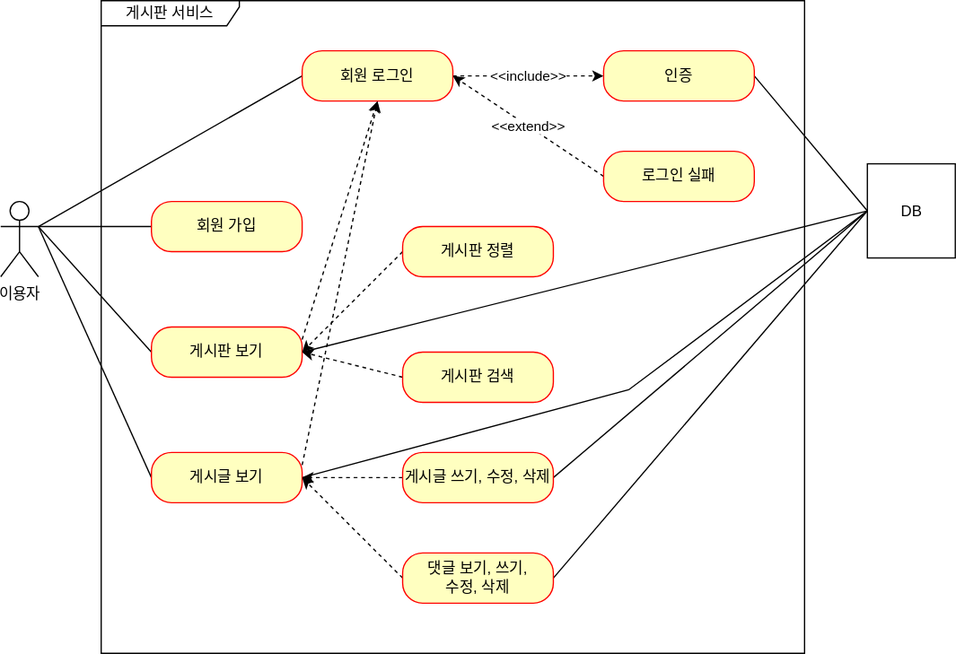
Above: document/use-case.svg in fxzz/project-board (draw.io), before the change. Source tidied: cells renumbered, new cells last; positions are measured from the earlier drawing's top-left corner, leaving out a move shared by most shapes.
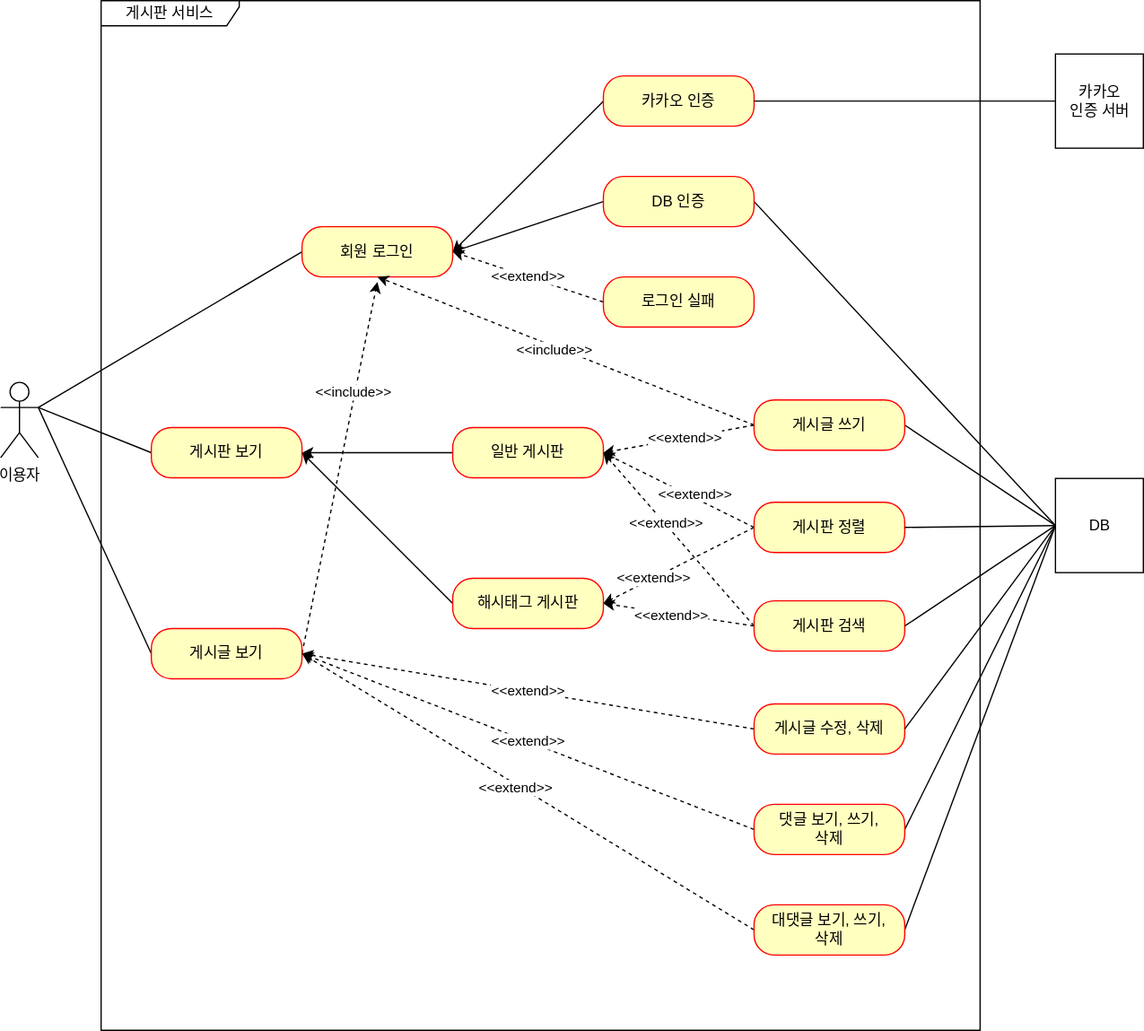
Above is the later version.

Commit message:
#37 - erd, use-case 업데이트 : 대댓글, 해시태그

The edit, as a diff of the source:
```diff
@@ -3,108 +3,176 @@
     <mxCell id="0" />
     <mxCell id="1" parent="0" />
     <mxCell id="2" value="이용자" style="shape=umlActor;verticalLabelPosition=bottom;verticalAlign=top;html=1;" parent="1" vertex="1">
-      <mxGeometry y="160" width="30" height="60" as="geometry" />
+      <mxGeometry y="284" width="30" height="60" as="geometry" />
     </mxCell>
     <mxCell id="3" value="게시판 서비스" style="shape=umlFrame;whiteSpace=wrap;html=1;width=110;height=20;" parent="1" vertex="1">
-      <mxGeometry x="80" width="560" height="520" as="geometry" />
+      <mxGeometry x="80" y="-20" width="700" height="820" as="geometry" />
     </mxCell>
-    <mxCell id="4" style="rounded=0;jettySize=auto;html=1;exitX=0;exitY=0.5;exitDx=0;exitDy=0;entryX=1;entryY=0.3333333333333333;entryDx=0;entryDy=0;entryPerimeter=0;endArrow=none;endFill=0;" parent="1" edge="1" source="5" target="2">
-      <mxGeometry relative="1" as="geometry" />
-    </mxCell>
-    <mxCell id="5" value="회원 가입" style="rounded=1;whiteSpace=wrap;html=1;arcSize=40;fontColor=#000000;fillColor=#ffffc0;strokeColor=#ff0000;" parent="1" vertex="1">
-      <mxGeometry x="120" y="160" width="120" height="40" as="geometry" />
-    </mxCell>
+    <mxCell id="32" style="rounded=0;jettySize=auto;html=1;exitX=0;exitY=0.5;exitDx=0;exitDy=0;entryX=1;entryY=0.5;entryDx=0;entryDy=0;" parent="1" edge="1" source="33" target="9">
+      <mxGeometry relative="1" as="geometry" />
+    </mxCell>
+    <mxCell id="33" value="일반 게시판" style="rounded=1;whiteSpace=wrap;html=1;arcSize=40;fontColor=#000000;fillColor=#ffffc0;strokeColor=#ff0000;" parent="1" vertex="1">
+      <mxGeometry x="360" y="320" width="120" height="40" as="geometry" />
+    </mxCell>
     <mxCell id="6" style="edgeStyle=none;rounded=0;jettySize=auto;html=1;exitX=0;exitY=0.5;exitDx=0;exitDy=0;entryX=1;entryY=0.3333333333333333;entryDx=0;entryDy=0;entryPerimeter=0;endArrow=none;endFill=0;" parent="1" edge="1" source="9" target="2">
       <mxGeometry relative="1" as="geometry" />
     </mxCell>
-    <mxCell id="7" style="edgeStyle=none;rounded=0;jettySize=auto;html=1;exitX=1;exitY=0.25;exitDx=0;exitDy=0;entryX=0.5;entryY=1;entryDx=0;entryDy=0;dashed=1;endArrow=classic;endFill=1;" parent="1" edge="1" source="9" target="16">
-      <mxGeometry relative="1" as="geometry" />
-    </mxCell>
-    <mxCell id="8" style="edgeStyle=none;rounded=0;jettySize=auto;html=1;exitX=1;exitY=0.5;exitDx=0;exitDy=0;entryX=0;entryY=0.5;entryDx=0;entryDy=0;endArrow=none;endFill=0;" parent="1" edge="1" source="9" target="31">
-      <mxGeometry relative="1" as="geometry" />
-    </mxCell>
     <mxCell id="9" value="게시판 보기" style="rounded=1;whiteSpace=wrap;html=1;arcSize=40;fontColor=#000000;fillColor=#ffffc0;strokeColor=#ff0000;" parent="1" vertex="1">
-      <mxGeometry x="120" y="260" width="120" height="40" as="geometry" />
+      <mxGeometry x="120" y="320" width="120" height="40" as="geometry" />
     </mxCell>
-    <mxCell id="10" style="edgeStyle=none;rounded=0;jettySize=auto;html=1;exitX=0;exitY=0.5;exitDx=0;exitDy=0;endArrow=none;endFill=0;" parent="1" edge="1" source="13">
-      <mxGeometry relative="1" as="geometry">
-        <mxPoint x="30" y="180" as="targetPoint" />
-      </mxGeometry>
-    </mxCell>
-    <mxCell id="11" style="edgeStyle=none;rounded=0;jettySize=auto;html=1;exitX=1;exitY=0.25;exitDx=0;exitDy=0;dashed=1;endArrow=classic;endFill=1;" parent="1" edge="1" source="13">
-      <mxGeometry relative="1" as="geometry">
-        <mxPoint x="300" y="80" as="targetPoint" />
-      </mxGeometry>
-    </mxCell>
-    <mxCell id="12" style="edgeStyle=none;rounded=0;jettySize=auto;html=1;exitX=1;exitY=0.5;exitDx=0;exitDy=0;entryX=0;entryY=0.5;entryDx=0;entryDy=0;endArrow=none;endFill=0;" parent="1" edge="1" source="13" target="31">
-      <mxGeometry relative="1" as="geometry">
-        <Array as="points">
-          <mxPoint x="500" y="310" />
-        </Array>
-      </mxGeometry>
-    </mxCell>
+    <mxCell id="34" style="edgeStyle=none;rounded=0;jettySize=auto;html=1;exitX=0;exitY=0.5;exitDx=0;exitDy=0;endArrow=none;endFill=0;" parent="1" edge="1" source="13">
+      <mxGeometry relative="1" as="geometry">
+        <mxPoint x="30" y="304" as="targetPoint" />
+      </mxGeometry>
+    </mxCell>
+    <mxCell id="35" style="edgeStyle=none;rounded=0;jettySize=auto;html=1;exitX=1;exitY=0.5;exitDx=0;exitDy=0;dashed=1;endArrow=classic;endFill=1;" parent="1" edge="1" source="13">
+      <mxGeometry relative="1" as="geometry">
+        <mxPoint x="300" y="204" as="targetPoint" />
+      </mxGeometry>
+    </mxCell>
+    <mxCell id="36" value="&amp;lt;&amp;lt;include&amp;gt;&amp;gt;" style="edgeLabel;html=1;align=center;verticalAlign=middle;" parent="35" vertex="1">
+      <mxGeometry x="0.41" y="2" relative="1" as="geometry" />
+    </mxCell>
     <mxCell id="13" value="게시글 보기" style="rounded=1;whiteSpace=wrap;html=1;arcSize=40;fontColor=#000000;fillColor=#ffffc0;strokeColor=#ff0000;" parent="1" vertex="1">
-      <mxGeometry x="120" y="360" width="120" height="40" as="geometry" />
+      <mxGeometry x="120" y="480" width="120" height="40" as="geometry" />
     </mxCell>
-    <mxCell id="14" style="edgeStyle=none;rounded=0;jettySize=auto;html=1;exitX=0;exitY=0.5;exitDx=0;exitDy=0;endArrow=none;endFill=0;" parent="1" edge="1" source="16">
-      <mxGeometry relative="1" as="geometry">
-        <mxPoint x="30" y="180" as="targetPoint" />
-      </mxGeometry>
-    </mxCell>
-    <mxCell id="15" value="&amp;lt;&amp;lt;include&amp;gt;&amp;gt;" style="edgeStyle=none;rounded=0;jettySize=auto;html=1;exitX=1;exitY=0.5;exitDx=0;exitDy=0;entryX=0;entryY=0.5;entryDx=0;entryDy=0;endArrow=classic;endFill=1;dashed=1;" parent="1" edge="1" source="16" target="18">
-      <mxGeometry relative="1" as="geometry" />
-    </mxCell>
+    <mxCell id="37" style="edgeStyle=none;rounded=0;jettySize=auto;html=1;exitX=0;exitY=0.5;exitDx=0;exitDy=0;endArrow=none;endFill=0;" parent="1" edge="1" source="16">
+      <mxGeometry relative="1" as="geometry">
+        <mxPoint x="30" y="304" as="targetPoint" />
+      </mxGeometry>
+    </mxCell>
     <mxCell id="16" value="회원 로그인" style="rounded=1;whiteSpace=wrap;html=1;arcSize=40;fontColor=#000000;fillColor=#ffffc0;strokeColor=#ff0000;" parent="1" vertex="1">
-      <mxGeometry x="240" y="40" width="120" height="40" as="geometry" />
+      <mxGeometry x="240" y="160" width="120" height="40" as="geometry" />
     </mxCell>
-    <mxCell id="17" style="edgeStyle=none;rounded=0;jettySize=auto;html=1;exitX=1;exitY=0.5;exitDx=0;exitDy=0;entryX=0;entryY=0.5;entryDx=0;entryDy=0;endArrow=none;endFill=0;" parent="1" edge="1" source="18" target="31">
-      <mxGeometry relative="1" as="geometry" />
-    </mxCell>
-    <mxCell id="18" value="인증" style="rounded=1;whiteSpace=wrap;html=1;arcSize=40;fontColor=#000000;fillColor=#ffffc0;strokeColor=#ff0000;" parent="1" vertex="1">
-      <mxGeometry x="480" y="40" width="120" height="40" as="geometry" />
-    </mxCell>
+    <mxCell id="38" style="edgeStyle=none;rounded=0;jettySize=auto;html=1;exitX=1;exitY=0.5;exitDx=0;exitDy=0;entryX=0;entryY=0.5;entryDx=0;entryDy=0;endArrow=none;endFill=0;" parent="1" edge="1" source="40" target="31">
+      <mxGeometry relative="1" as="geometry" />
+    </mxCell>
+    <mxCell id="39" style="edgeStyle=none;rounded=0;jettySize=auto;html=1;exitX=0;exitY=0.5;exitDx=0;exitDy=0;entryX=1;entryY=0.5;entryDx=0;entryDy=0;endArrow=classic;endFill=1;" parent="1" edge="1" source="40" target="16">
+      <mxGeometry relative="1" as="geometry" />
+    </mxCell>
+    <mxCell id="40" value="DB 인증" style="rounded=1;whiteSpace=wrap;html=1;arcSize=40;fontColor=#000000;fillColor=#ffffc0;strokeColor=#ff0000;" parent="1" vertex="1">
+      <mxGeometry x="480" y="120" width="120" height="40" as="geometry" />
+    </mxCell>
     <mxCell id="19" value="&amp;lt;&amp;lt;extend&amp;gt;&amp;gt;" style="edgeStyle=none;rounded=0;jettySize=auto;html=1;exitX=0;exitY=0.5;exitDx=0;exitDy=0;entryX=1;entryY=0.5;entryDx=0;entryDy=0;endArrow=classic;endFill=1;dashed=1;" parent="1" edge="1" source="20" target="16">
       <mxGeometry relative="1" as="geometry" />
     </mxCell>
     <mxCell id="20" value="로그인 실패" style="rounded=1;whiteSpace=wrap;html=1;arcSize=40;fontColor=#000000;fillColor=#ffffc0;strokeColor=#ff0000;" parent="1" vertex="1">
-      <mxGeometry x="480" y="120" width="120" height="40" as="geometry" />
+      <mxGeometry x="480" y="200" width="120" height="40" as="geometry" />
     </mxCell>
-    <mxCell id="21" style="edgeStyle=none;rounded=0;jettySize=auto;html=1;exitX=0;exitY=0.5;exitDx=0;exitDy=0;entryX=1;entryY=0.5;entryDx=0;entryDy=0;dashed=1;endArrow=classic;endFill=1;" parent="1" edge="1" source="22" target="9">
-      <mxGeometry relative="1" as="geometry" />
-    </mxCell>
+    <mxCell id="41" style="edgeStyle=none;rounded=0;jettySize=auto;html=1;exitX=0;exitY=0.5;exitDx=0;exitDy=0;entryX=1;entryY=0.5;entryDx=0;entryDy=0;dashed=1;endArrow=classic;endFill=1;" parent="1" edge="1" source="22" target="33">
+      <mxGeometry relative="1" as="geometry" />
+    </mxCell>
+    <mxCell id="42" value="&amp;lt;&amp;lt;extend&amp;gt;&amp;gt;" style="edgeLabel;html=1;align=center;verticalAlign=middle;" parent="41" vertex="1">
+      <mxGeometry x="-0.18" y="-3" relative="1" as="geometry" />
+    </mxCell>
+    <mxCell id="43" style="edgeStyle=none;rounded=0;jettySize=auto;html=1;exitX=0;exitY=0.5;exitDx=0;exitDy=0;entryX=1;entryY=0.5;entryDx=0;entryDy=0;dashed=1;" parent="1" edge="1" source="22" target="60">
+      <mxGeometry relative="1" as="geometry" />
+    </mxCell>
+    <mxCell id="44" value="&amp;lt;&amp;lt;extend&amp;gt;&amp;gt;" style="edgeLabel;html=1;align=center;verticalAlign=middle;" parent="43" vertex="1">
+      <mxGeometry x="0.33" relative="1" as="geometry">
+        <mxPoint x="-1" as="offset" />
+      </mxGeometry>
+    </mxCell>
     <mxCell id="22" value="게시판 정렬" style="rounded=1;whiteSpace=wrap;html=1;arcSize=40;fontColor=#000000;fillColor=#ffffc0;strokeColor=#ff0000;" parent="1" vertex="1">
-      <mxGeometry x="320" y="180" width="120" height="40" as="geometry" />
+      <mxGeometry x="600" y="379.5" width="120" height="40" as="geometry" />
     </mxCell>
-    <mxCell id="23" style="edgeStyle=none;rounded=0;jettySize=auto;html=1;exitX=0;exitY=0.5;exitDx=0;exitDy=0;dashed=1;endArrow=classic;endFill=1;" parent="1" edge="1" source="24">
-      <mxGeometry relative="1" as="geometry">
-        <mxPoint x="240" y="280" as="targetPoint" />
-      </mxGeometry>
-    </mxCell>
+    <mxCell id="45" style="edgeStyle=none;rounded=0;jettySize=auto;html=1;exitX=0;exitY=0.5;exitDx=0;exitDy=0;dashed=1;endArrow=classic;endFill=1;entryX=1;entryY=0.5;entryDx=0;entryDy=0;" parent="1" edge="1" source="24" target="33">
+      <mxGeometry relative="1" as="geometry" />
+    </mxCell>
+    <mxCell id="46" value="&amp;lt;&amp;lt;extend&amp;gt;&amp;gt;" style="edgeLabel;html=1;align=center;verticalAlign=middle;" parent="45" vertex="1">
+      <mxGeometry x="0.18" y="-1" relative="1" as="geometry" />
+    </mxCell>
+    <mxCell id="47" style="edgeStyle=none;rounded=0;jettySize=auto;html=1;exitX=0;exitY=0.5;exitDx=0;exitDy=0;entryX=1;entryY=0.5;entryDx=0;entryDy=0;dashed=1;" parent="1" edge="1" source="24" target="60">
+      <mxGeometry relative="1" as="geometry" />
+    </mxCell>
+    <mxCell id="48" value="&amp;lt;&amp;lt;extend&amp;gt;&amp;gt;" style="edgeLabel;html=1;align=center;verticalAlign=middle;" parent="47" vertex="1">
+      <mxGeometry x="0.11" y="2" relative="1" as="geometry">
+        <mxPoint x="1" as="offset" />
+      </mxGeometry>
+    </mxCell>
     <mxCell id="24" value="게시판 검색" style="rounded=1;whiteSpace=wrap;html=1;arcSize=40;fontColor=#000000;fillColor=#ffffc0;strokeColor=#ff0000;" parent="1" vertex="1">
-      <mxGeometry x="320" y="280" width="120" height="40" as="geometry" />
+      <mxGeometry x="600" y="458" width="120" height="40" as="geometry" />
     </mxCell>
-    <mxCell id="25" style="edgeStyle=none;rounded=0;jettySize=auto;html=1;exitX=0;exitY=0.5;exitDx=0;exitDy=0;entryX=1;entryY=0.5;entryDx=0;entryDy=0;dashed=1;endArrow=classic;endFill=1;" parent="1" edge="1" source="27" target="13">
-      <mxGeometry relative="1" as="geometry" />
-    </mxCell>
-    <mxCell id="26" style="edgeStyle=none;rounded=0;jettySize=auto;html=1;exitX=1;exitY=0.5;exitDx=0;exitDy=0;entryX=0;entryY=0.5;entryDx=0;entryDy=0;endArrow=none;endFill=0;" parent="1" edge="1" source="27" target="31">
-      <mxGeometry relative="1" as="geometry" />
-    </mxCell>
-    <mxCell id="27" value="게시글 쓰기, 수정, 삭제" style="rounded=1;whiteSpace=wrap;html=1;arcSize=40;fontColor=#000000;fillColor=#ffffc0;strokeColor=#ff0000;" parent="1" vertex="1">
-      <mxGeometry x="320" y="360" width="120" height="40" as="geometry" />
-    </mxCell>
-    <mxCell id="28" style="edgeStyle=none;rounded=0;jettySize=auto;html=1;exitX=0;exitY=0.5;exitDx=0;exitDy=0;dashed=1;endArrow=classic;endFill=1;" parent="1" edge="1" source="30">
-      <mxGeometry relative="1" as="geometry">
-        <mxPoint x="240" y="380" as="targetPoint" />
-      </mxGeometry>
-    </mxCell>
-    <mxCell id="29" style="edgeStyle=none;rounded=0;jettySize=auto;html=1;exitX=1;exitY=0.5;exitDx=0;exitDy=0;endArrow=none;endFill=0;entryX=0;entryY=0.5;entryDx=0;entryDy=0;" parent="1" edge="1" source="30" target="31">
-      <mxGeometry relative="1" as="geometry" />
-    </mxCell>
-    <mxCell id="30" value="댓글 보기, 쓰기,&lt;br&gt;수정, 삭제" style="rounded=1;whiteSpace=wrap;html=1;arcSize=40;fontColor=#000000;fillColor=#ffffc0;strokeColor=#ff0000;" parent="1" vertex="1">
-      <mxGeometry x="320" y="440" width="120" height="40" as="geometry" />
-    </mxCell>
+    <mxCell id="49" value="&amp;lt;&amp;lt;extend&amp;gt;&amp;gt;" style="edgeStyle=none;rounded=0;jettySize=auto;html=1;exitX=0;exitY=0.5;exitDx=0;exitDy=0;entryX=1;entryY=0.5;entryDx=0;entryDy=0;dashed=1;endArrow=classic;endFill=1;" parent="1" edge="1" source="50" target="13">
+      <mxGeometry relative="1" as="geometry" />
+    </mxCell>
+    <mxCell id="50" value="게시글 수정, 삭제" style="rounded=1;whiteSpace=wrap;html=1;arcSize=40;fontColor=#000000;fillColor=#ffffc0;strokeColor=#ff0000;" parent="1" vertex="1">
+      <mxGeometry x="600" y="540" width="120" height="40" as="geometry" />
+    </mxCell>
+    <mxCell id="51" style="edgeStyle=none;rounded=0;jettySize=auto;html=1;exitX=0;exitY=0.5;exitDx=0;exitDy=0;dashed=1;endArrow=classic;endFill=1;entryX=1;entryY=0.5;entryDx=0;entryDy=0;" parent="1" edge="1" source="54" target="13">
+      <mxGeometry relative="1" as="geometry" />
+    </mxCell>
+    <mxCell id="52" value="&amp;lt;&amp;lt;extend&amp;gt;&amp;gt;" style="edgeLabel;html=1;align=center;verticalAlign=middle;" parent="51" vertex="1">
+      <mxGeometry x="0.01" relative="1" as="geometry" />
+    </mxCell>
+    <mxCell id="53" style="edgeStyle=none;rounded=0;jettySize=auto;html=1;exitX=1;exitY=0.5;exitDx=0;exitDy=0;endArrow=none;endFill=0;entryX=0;entryY=0.5;entryDx=0;entryDy=0;" parent="1" edge="1" source="54" target="31">
+      <mxGeometry relative="1" as="geometry" />
+    </mxCell>
+    <mxCell id="54" value="댓글 보기, 쓰기,&lt;br&gt;삭제" style="rounded=1;whiteSpace=wrap;html=1;arcSize=40;fontColor=#000000;fillColor=#ffffc0;strokeColor=#ff0000;" parent="1" vertex="1">
+      <mxGeometry x="600" y="620" width="120" height="40" as="geometry" />
+    </mxCell>
+    <mxCell id="55" style="edgeStyle=none;rounded=0;jettySize=auto;html=1;exitX=0;exitY=0.5;exitDx=0;exitDy=0;entryX=1;entryY=0.5;entryDx=0;entryDy=0;endArrow=none;endFill=0;" parent="1" edge="1" source="31" target="50">
+      <mxGeometry relative="1" as="geometry" />
+    </mxCell>
+    <mxCell id="56" style="edgeStyle=none;rounded=0;jettySize=auto;html=1;exitX=0;exitY=0.5;exitDx=0;exitDy=0;entryX=1;entryY=0.5;entryDx=0;entryDy=0;endArrow=none;endFill=0;" parent="1" edge="1" source="31" target="24">
+      <mxGeometry relative="1" as="geometry" />
+    </mxCell>
+    <mxCell id="57" style="edgeStyle=none;rounded=0;jettySize=auto;html=1;exitX=0;exitY=0.5;exitDx=0;exitDy=0;entryX=1;entryY=0.5;entryDx=0;entryDy=0;endArrow=none;endFill=0;" parent="1" edge="1" source="31" target="22">
+      <mxGeometry relative="1" as="geometry" />
+    </mxCell>
+    <mxCell id="58" style="edgeStyle=none;rounded=0;jettySize=auto;html=1;exitX=0;exitY=0.5;exitDx=0;exitDy=0;entryX=1;entryY=0.5;entryDx=0;entryDy=0;endArrow=none;endFill=0;" parent="1" edge="1" source="31" target="66">
+      <mxGeometry relative="1" as="geometry" />
+    </mxCell>
     <mxCell id="31" value="DB" style="html=1;" parent="1" vertex="1">
-      <mxGeometry x="690" y="130" width="70" height="75" as="geometry" />
+      <mxGeometry x="840" y="360.5" width="70" height="75" as="geometry" />
     </mxCell>
+    <mxCell id="59" style="jettySize=auto;html=1;exitX=0;exitY=0.5;exitDx=0;exitDy=0;entryX=1;entryY=0.5;entryDx=0;entryDy=0;rounded=0;" parent="1" edge="1" source="60" target="9">
+      <mxGeometry relative="1" as="geometry" />
+    </mxCell>
+    <mxCell id="60" value="해시태그 게시판" style="rounded=1;whiteSpace=wrap;html=1;arcSize=40;fontColor=#000000;fillColor=#ffffc0;strokeColor=#ff0000;" parent="1" vertex="1">
+      <mxGeometry x="360" y="440" width="120" height="40" as="geometry" />
+    </mxCell>
+    <mxCell id="61" style="edgeStyle=none;rounded=0;orthogonalLoop=1;jettySize=auto;html=1;exitX=0;exitY=0.5;exitDx=0;exitDy=0;" parent="1" edge="1" source="24" target="24">
+      <mxGeometry relative="1" as="geometry" />
+    </mxCell>
+    <mxCell id="62" style="edgeStyle=none;rounded=0;jettySize=auto;html=1;exitX=0;exitY=0.5;exitDx=0;exitDy=0;entryX=1;entryY=0.5;entryDx=0;entryDy=0;dashed=1;" parent="1" edge="1" source="66" target="33">
+      <mxGeometry relative="1" as="geometry" />
+    </mxCell>
+    <mxCell id="63" value="&amp;lt;&amp;lt;extend&amp;gt;&amp;gt;" style="edgeLabel;html=1;align=center;verticalAlign=middle;" parent="62" vertex="1">
+      <mxGeometry x="-0.09" y="-1" relative="1" as="geometry" />
+    </mxCell>
+    <mxCell id="64" style="edgeStyle=none;rounded=0;jettySize=auto;html=1;exitX=0;exitY=0.5;exitDx=0;exitDy=0;entryX=0.5;entryY=1;entryDx=0;entryDy=0;endArrow=classic;endFill=1;dashed=1;" parent="1" edge="1" source="66" target="16">
+      <mxGeometry relative="1" as="geometry" />
+    </mxCell>
+    <mxCell id="65" value="&amp;lt;&amp;lt;include&amp;gt;&amp;gt;" style="edgeLabel;html=1;align=center;verticalAlign=middle;" parent="64" vertex="1">
+      <mxGeometry x="0.06" y="2" relative="1" as="geometry" />
+    </mxCell>
+    <mxCell id="66" value="게시글 쓰기" style="rounded=1;whiteSpace=wrap;html=1;arcSize=40;fontColor=#000000;fillColor=#ffffc0;strokeColor=#ff0000;" parent="1" vertex="1">
+      <mxGeometry x="600" y="298" width="120" height="40" as="geometry" />
+    </mxCell>
+    <mxCell id="67" style="edgeStyle=none;rounded=0;jettySize=auto;html=1;exitX=0;exitY=0.5;exitDx=0;exitDy=0;entryX=1;entryY=0.5;entryDx=0;entryDy=0;endArrow=classic;endFill=1;dashed=1;" parent="1" edge="1" source="70" target="13">
+      <mxGeometry relative="1" as="geometry" />
+    </mxCell>
+    <mxCell id="68" value="&amp;lt;&amp;lt;extend&amp;gt;&amp;gt;" style="edgeLabel;html=1;align=center;verticalAlign=middle;" parent="67" vertex="1">
+      <mxGeometry x="0.05" y="3" relative="1" as="geometry" />
+    </mxCell>
+    <mxCell id="69" style="edgeStyle=none;rounded=0;jettySize=auto;html=1;exitX=1;exitY=0.5;exitDx=0;exitDy=0;entryX=0;entryY=0.5;entryDx=0;entryDy=0;endArrow=none;endFill=0;" parent="1" edge="1" source="70" target="31">
+      <mxGeometry relative="1" as="geometry" />
+    </mxCell>
+    <mxCell id="70" value="대댓글 보기, 쓰기,&lt;br&gt;삭제" style="rounded=1;whiteSpace=wrap;html=1;arcSize=40;fontColor=#000000;fillColor=#ffffc0;strokeColor=#ff0000;" parent="1" vertex="1">
+      <mxGeometry x="600" y="700" width="120" height="40" as="geometry" />
+    </mxCell>
+    <mxCell id="71" style="rounded=0;jettySize=auto;html=1;exitX=0;exitY=0.5;exitDx=0;exitDy=0;entryX=1;entryY=0.5;entryDx=0;entryDy=0;endArrow=classic;endFill=1;" parent="1" edge="1" source="72" target="16">
+      <mxGeometry relative="1" as="geometry" />
+    </mxCell>
+    <mxCell id="72" value="카카오 인증" style="rounded=1;whiteSpace=wrap;html=1;arcSize=40;fontColor=#000000;fillColor=#ffffc0;strokeColor=#ff0000;" parent="1" vertex="1">
+      <mxGeometry x="480" y="40" width="120" height="40" as="geometry" />
+    </mxCell>
+    <mxCell id="73" style="edgeStyle=orthogonalEdgeStyle;rounded=0;jettySize=auto;html=1;exitX=0;exitY=0.5;exitDx=0;exitDy=0;entryX=1;entryY=0.5;entryDx=0;entryDy=0;endArrow=none;endFill=0;" parent="1" edge="1" source="74" target="72">
+      <mxGeometry relative="1" as="geometry" />
+    </mxCell>
+    <mxCell id="74" value="카카오&lt;br&gt;인증 서버" style="html=1;" parent="1" vertex="1">
+      <mxGeometry x="840" y="22.5" width="70" height="75" as="geometry" />
+    </mxCell>
   </root>
 </mxGraphModel>
```
